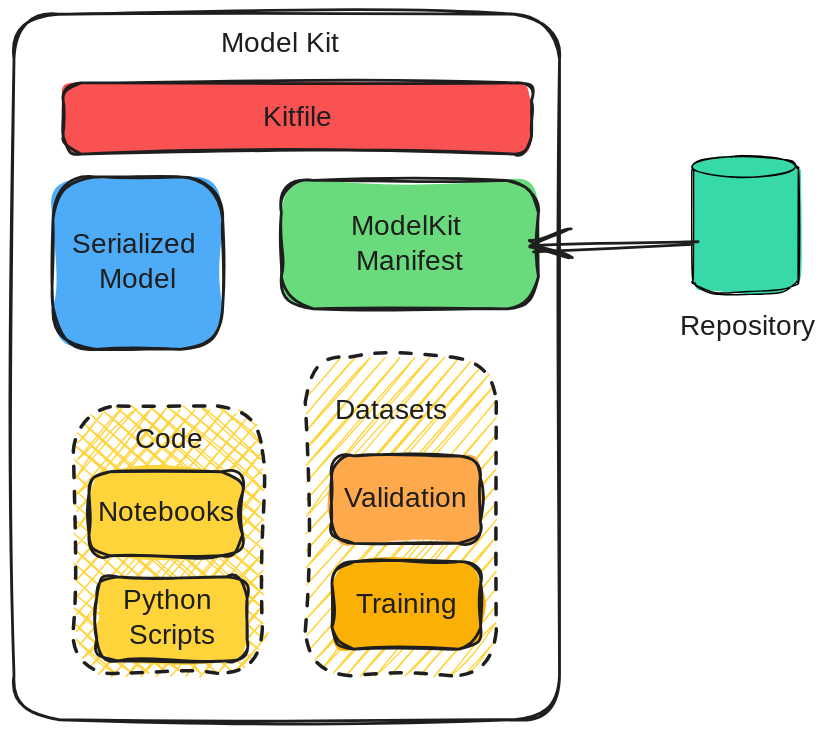
jozu-ai/kitops keeps this Excalidraw diagram as docs/src/docs/manifest/model-kit.excalidraw.svg. Above is the earlier version. Source tidied: one line per element, renumbered; positions are measured from the earlier drawing's top-left corner, leaving out a move shared by most shapes.
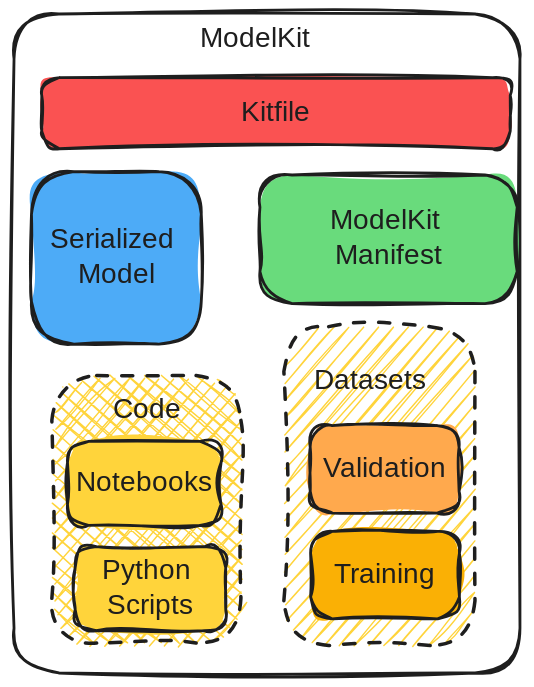
The same file after the commit.

Commit message:
consistency over the use of ModelKit

Diff of the diagram source:
```diff
@@ -1,9 +1,9 @@
-{"id": 0, "type": "rectangle", "strokeColor": "#1e1e1e", "strokeWidth": 2, "roughness": 2, "round": true, "x": 0, "y": 0, "width": 390, "height": 504}
+{"id": 0, "type": "rectangle", "strokeColor": "#1e1e1e", "strokeWidth": 2, "roughness": 2, "round": true, "x": 15, "y": 22, "width": 361, "height": 471}
-{"id": 1, "type": "rectangle", "strokeColor": "#1e1e1e", "backgroundColor": "#4dabf7", "fillStyle": "solid", "strokeWidth": 2, "roughness": 2, "round": true, "x": 28, "y": 116, "width": 121, "height": 123}
+{"id": 1, "type": "rectangle", "strokeColor": "#1e1e1e", "backgroundColor": "#4dabf7", "fillStyle": "solid", "strokeWidth": 2, "roughness": 2, "round": true, "x": 28, "y": 134, "width": 121, "height": 123}
-{"id": 2, "type": "text", "text": "Serialized \nModel", "strokeColor": "#1e1e1e", "strokeWidth": 2, "roughness": 2, "fontSize": 20, "fontFamily": 1, "textAlign": "center", "verticalAlign": "middle", "inside": 1, "x": 37, "y": 153, "width": 103, "height": 50}
+{"id": 2, "type": "text", "text": "Serialized \nModel", "strokeColor": "#1e1e1e", "strokeWidth": 2, "roughness": 2, "fontSize": 20, "fontFamily": 1, "textAlign": "center", "verticalAlign": "middle", "inside": 1, "x": 37, "y": 171, "width": 103, "height": 50}
 {"id": 3, "type": "rectangle", "strokeColor": "#1e1e1e", "backgroundColor": "#ffd43b", "fillStyle": "cross-hatch", "strokeWidth": 2, "strokeStyle": "dashed", "roughness": 2, "round": true, "x": 42, "y": 280, "width": 135, "height": 191}
-{"id": 4, "type": "rectangle", "strokeColor": "#1e1e1e", "backgroundColor": "#fa5252", "fillStyle": "solid", "strokeWidth": 2, "roughness": 2, "round": true, "x": 35, "y": 49, "width": 335, "height": 51}
+{"id": 4, "type": "rectangle", "strokeColor": "#1e1e1e", "backgroundColor": "#fa5252", "fillStyle": "solid", "strokeWidth": 2, "roughness": 2, "round": true, "x": 35, "y": 67, "width": 335, "height": 51}
-{"id": 5, "type": "text", "text": "Kitfile", "strokeColor": "#1e1e1e", "strokeWidth": 2, "roughness": 2, "fontSize": 20, "fontFamily": 1, "textAlign": "center", "verticalAlign": "middle", "inside": 4, "x": 173, "y": 62, "width": 58, "height": 25}
+{"id": 5, "type": "text", "text": "Kitfile", "strokeColor": "#1e1e1e", "strokeWidth": 2, "roughness": 2, "fontSize": 20, "fontFamily": 1, "textAlign": "center", "verticalAlign": "middle", "inside": 4, "x": 173, "y": 80, "width": 58, "height": 25}
 {"id": 6, "type": "rectangle", "strokeColor": "#1e1e1e", "backgroundColor": "#ffd43b", "fillStyle": "hachure", "strokeWidth": 2, "strokeStyle": "dashed", "roughness": 2, "round": true, "x": 208, "y": 245, "width": 136, "height": 228}
 {"id": 7, "type": "rectangle", "strokeColor": "#1e1e1e", "backgroundColor": "#ffa94d", "fillStyle": "solid", "strokeWidth": 2, "roughness": 2, "round": true, "x": 227, "y": 316, "width": 106, "height": 62}
 {"id": 8, "type": "text", "text": "Validation", "strokeColor": "#1e1e1e", "strokeWidth": 2, "roughness": 2, "fontSize": 20, "fontFamily": 1, "textAlign": "center", "verticalAlign": "middle", "inside": 7, "x": 233, "y": 334, "width": 94, "height": 25}
@@ -15,10 +15,6 @@
 {"id": 14, "type": "text", "text": "Code", "strokeColor": "#1e1e1e", "strokeWidth": 2, "roughness": 2, "fontSize": 20, "fontFamily": 1, "x": 86, "y": 292, "width": 46, "height": 25}
 {"id": 15, "type": "rectangle", "strokeColor": "#1e1e1e", "backgroundColor": "#ffd43b", "fillStyle": "solid", "strokeWidth": 2, "roughness": 2, "round": true, "x": 59, "y": 402, "width": 107, "height": 60}
 {"id": 16, "type": "text", "text": "Python \nScripts", "strokeColor": "#1e1e1e", "strokeWidth": 2, "roughness": 2, "fontSize": 20, "fontFamily": 1, "textAlign": "center", "verticalAlign": "middle", "inside": 15, "x": 76, "y": 407, "width": 74, "height": 50}
-{"id": 17, "type": "rectangle", "strokeColor": "#1e1e1e", "backgroundColor": "#69db7c", "fillStyle": "solid", "strokeWidth": 2, "roughness": 2, "round": true, "x": 191, "y": 119, "width": 184, "height": 92}
+{"id": 17, "type": "rectangle", "strokeColor": "#1e1e1e", "backgroundColor": "#69db7c", "fillStyle": "solid", "strokeWidth": 2, "roughness": 2, "round": true, "x": 191, "y": 137, "width": 184, "height": 92}
-{"id": 18, "type": "text", "text": "ModelKit \nManifest", "strokeColor": "#1e1e1e", "strokeWidth": 2, "roughness": 2, "fontSize": 20, "fontFamily": 1, "textAlign": "center", "verticalAlign": "middle", "inside": 17, "x": 237, "y": 140, "width": 92, "height": 50}
+{"id": 18, "type": "text", "text": "ModelKit \nManifest", "strokeColor": "#1e1e1e", "strokeWidth": 2, "roughness": 2, "fontSize": 20, "fontFamily": 1, "textAlign": "center", "verticalAlign": "middle", "inside": 17, "x": 237, "y": 158, "width": 92, "height": 50}
-{"id": 19, "type": "line", "strokeColor": "#000000", "backgroundColor": "#38d9a9", "fillStyle": "solid", "strokeWidth": 1, "roughness": 1, "round": true, "x": 485, "y": 110, "width": 75, "height": 97, "points": [[0, 0], [0, 73], [0, 82], [4, 85], [17, 88], [40, 89], [62, 88], [73, 84], [75, 81], [75, 74], [75, 6], [74, 0], [70, -4], [59, -6], [36, -8], [18, -7], [3, -3], [0, 0], [0, 0]]}
-{"id": 20, "type": "ellipse", "strokeColor": "#000000", "backgroundColor": "#38d9a9", "fillStyle": "solid", "strokeWidth": 1, "roughness": 1, "x": 484, "y": 101, "width": 75, "height": 15}
-{"id": 21, "type": "text", "text": "Repository", "strokeColor": "#1e1e1e", "backgroundColor": "#ffd43b", "fillStyle": "hachure", "strokeWidth": 2, "roughness": 2, "fontSize": 20, "fontFamily": 1, "x": 475, "y": 211, "width": 101, "height": 25}
-{"id": 22, "type": "arrow", "strokeColor": "#1e1e1e", "backgroundColor": "#ffd43b", "fillStyle": "hachure", "strokeWidth": 2, "roughness": 2, "endArrowhead": "arrow", "round": true, "x": 487, "y": 163, "width": 116, "height": 6, "points": [[0, 0], [-116, 6]]}
-{"id": 23, "type": "text", "text": "Model Kit", "strokeColor": "#1e1e1e", "backgroundColor": "#38d9a9", "fillStyle": "hachure", "strokeWidth": 2, "roughness": 2, "fontSize": 20, "fontFamily": 1, "x": 148, "y": 9, "width": 92, "height": 25}
+{"id": 23, "type": "text", "text": "ModelKit", "strokeColor": "#1e1e1e", "backgroundColor": "#38d9a9", "fillStyle": "hachure", "strokeWidth": 2, "roughness": 2, "fontSize": 20, "fontFamily": 1, "x": 148, "y": 27, "width": 82, "height": 25}
```
